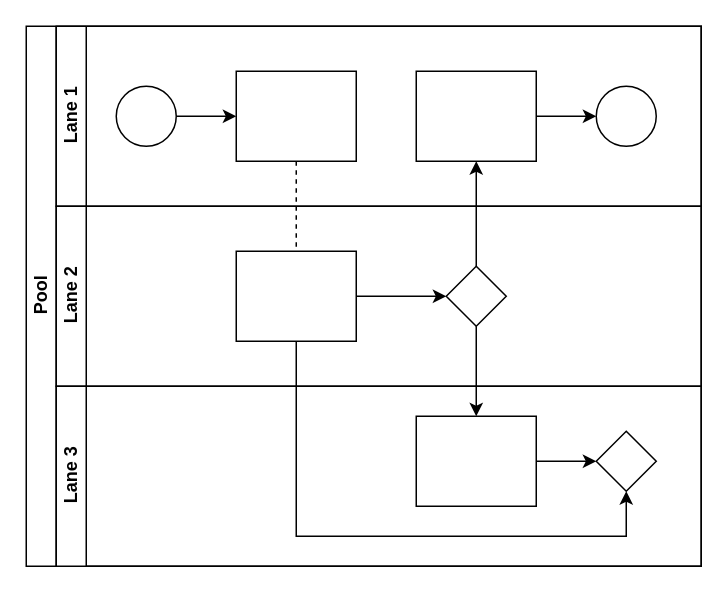
Before: Untitled Diagram.drawio in EstherLacan/basis, a draw.io diagram. Source tidied: cells renumbered, new cells numbered last; positions are measured from the earlier drawing's top-left corner, leaving out a move shared by most shapes. Both pictures are drawn from the tidied source at 150%, with x=0, y=0 at pixel (26, 26).
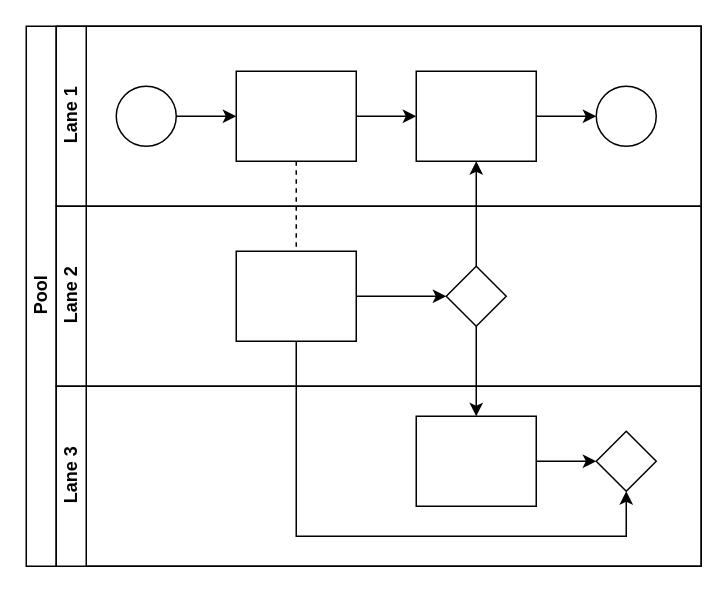
The same page after the edit.

Unchanged cells that the change refers to:
```xml
<mxCell id="7" value="Lane 1" style="swimlane;html=1;startSize=20;horizontal=0;" parent="2" vertex="1">
  <mxGeometry x="20" width="430" height="120" as="geometry" />
</mxCell>
<mxCell id="10" style="rounded=0;whiteSpace=wrap;html=1;fontFamily=Helvetica;fontSize=12;fontColor=#000000;align=center;" parent="7" vertex="1">
  <mxGeometry x="120" y="30" width="80" height="60" as="geometry" />
</mxCell>
<mxCell id="12" style="rounded=0;whiteSpace=wrap;html=1;fontFamily=Helvetica;fontSize=12;fontColor=#000000;align=center;" parent="7" vertex="1">
  <mxGeometry x="240" y="30" width="80" height="60" as="geometry" />
</mxCell>
```

Diff of the diagram source:
```diff
@@
+    <mxCell id="22" style="edgeStyle=orthogonalEdgeStyle;rounded=0;jettySize=auto;html=1;" parent="7" edge="1" source="10" target="12">
+      <mxGeometry relative="1" as="geometry" />
+    </mxCell>
```
